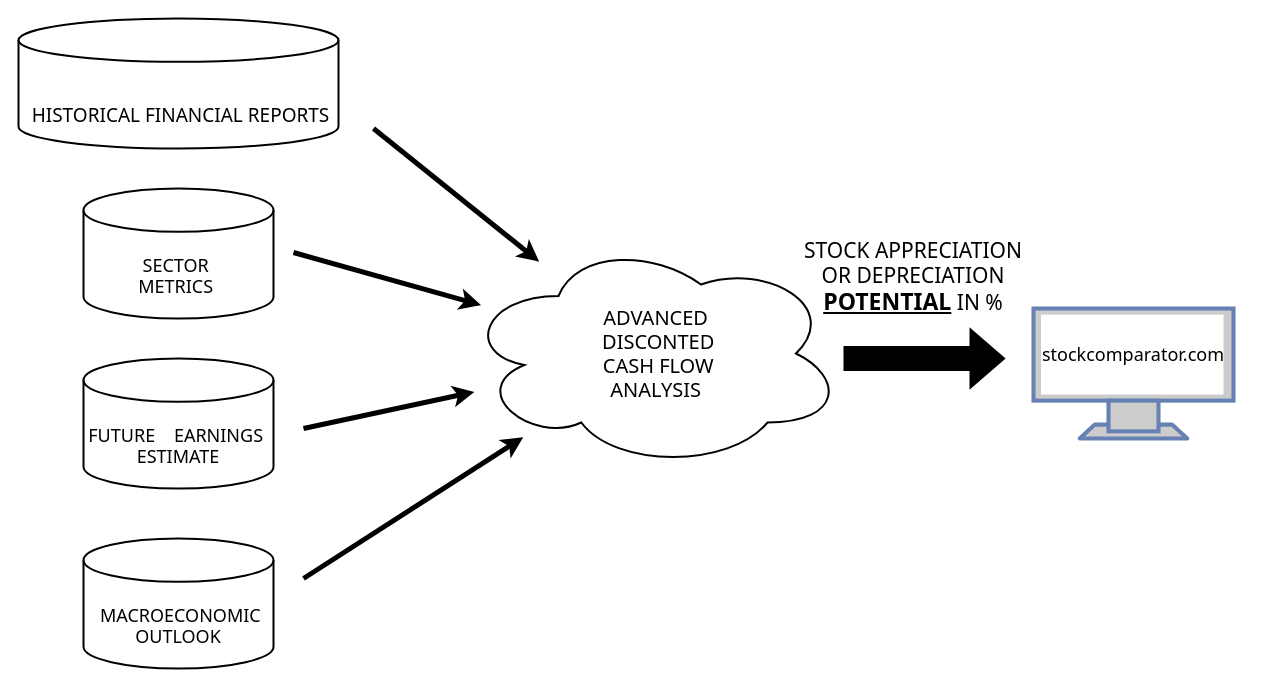
stockfundamentalanalysis/stock-comparator-front-end keeps this draw.io diagram as src/images/working_principle.drawio. Above is the earlier version. Source tidied: cells renumbered, new cells numbered last; positions are measured from the earlier drawing's top-left corner, leaving out a move shared by most shapes. Both pictures are drawn from the tidied source at 100%, with x=0, y=0 at pixel (18, 18).
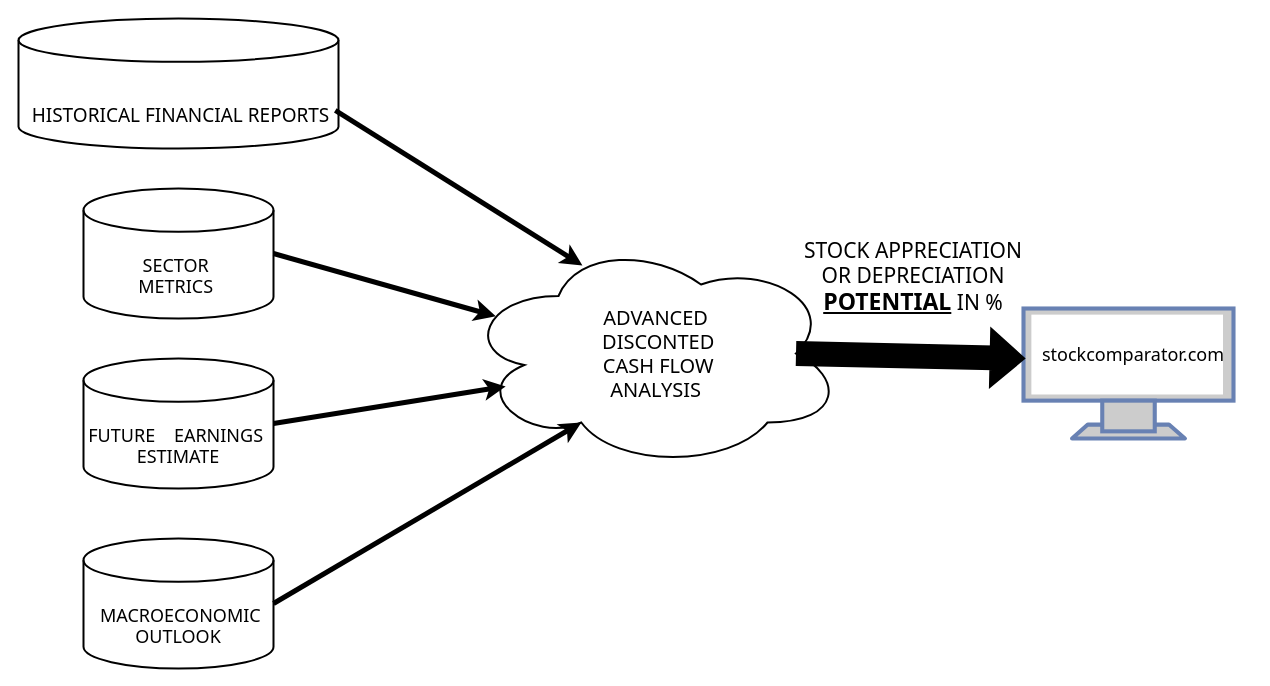
The same diagram, later.

Diff of the diagram source:
```diff
@@
 <mxGraphModel>
   <root>
     <mxCell id="0" />
     <mxCell id="1" parent="0" />
     <mxCell id="2" value="&lt;p style=&quot;font-size: 19px;&quot;&gt;&lt;font style=&quot;font-size: 19px;&quot;&gt;&amp;nbsp;HISTORICAL FINANCIAL &lt;/font&gt;&lt;span style=&quot;background-color: initial;&quot;&gt;REPORTS&lt;/span&gt;&lt;/p&gt;" style="strokeWidth=2;html=1;shape=mxgraph.flowchart.database;whiteSpace=wrap;verticalAlign=bottom;fontFamily=Tahoma;" parent="1" vertex="1">
       <mxGeometry width="320" height="130" as="geometry" />
     </mxCell>
     <mxCell id="3" value="&lt;p style=&quot;font-size: 18px;&quot;&gt;&lt;font style=&quot;font-size: 18px;&quot;&gt;&lt;br&gt;&lt;/font&gt;&lt;/p&gt;&lt;p style=&quot;font-size: 18px;&quot;&gt;&lt;font style=&quot;font-size: 18px;&quot;&gt;FUTURE&amp;nbsp; &amp;nbsp;&amp;nbsp;&lt;/font&gt;&lt;span style=&quot;background-color: initial;&quot;&gt;EARNINGS&amp;nbsp; ESTIMATE&lt;/span&gt;&lt;/p&gt;" style="strokeWidth=2;html=1;shape=mxgraph.flowchart.database;whiteSpace=wrap;verticalAlign=bottom;fontFamily=Tahoma;fontSize=18;" parent="1" vertex="1">
       <mxGeometry x="65" y="340" width="190" height="130" as="geometry" />
     </mxCell>
     <mxCell id="4" value="&lt;p style=&quot;font-size: 18px;&quot;&gt;&amp;nbsp;MACROECONOMIC OUTLOOK&lt;/p&gt;" style="strokeWidth=2;html=1;shape=mxgraph.flowchart.database;whiteSpace=wrap;verticalAlign=bottom;fontFamily=Tahoma;fontSize=18;" parent="1" vertex="1">
       <mxGeometry x="65" y="520" width="190" height="130" as="geometry" />
     </mxCell>
     <mxCell id="5" value="&lt;p style=&quot;font-size: 18px;&quot;&gt;&amp;nbsp; &amp;nbsp; SECTOR&amp;nbsp; &amp;nbsp; &amp;nbsp; METRICS&amp;nbsp;&lt;/p&gt;" style="strokeWidth=2;html=1;shape=mxgraph.flowchart.database;whiteSpace=wrap;verticalAlign=bottom;fontFamily=Tahoma;fontSize=18;" parent="1" vertex="1">
       <mxGeometry x="65" y="170" width="190" height="130" as="geometry" />
     </mxCell>
     <mxCell id="6" value="&lt;font style=&quot;font-size: 20px;&quot;&gt;&amp;nbsp;ADVANCED &lt;br&gt;&amp;nbsp; DISCONTED&lt;br&gt;&amp;nbsp; &amp;nbsp; &amp;nbsp; &amp;nbsp; &amp;nbsp; &amp;nbsp; &amp;nbsp; &amp;nbsp; &amp;nbsp; &amp;nbsp;CASH FLOW&amp;nbsp; &amp;nbsp; &amp;nbsp; &amp;nbsp; &amp;nbsp; &amp;nbsp; &amp;nbsp; &amp;nbsp; &amp;nbsp; &amp;nbsp;ANALYSIS&lt;/font&gt;" style="ellipse;shape=cloud;whiteSpace=wrap;html=1;fontSize=18;fontFamily=Tahoma;verticalAlign=middle;strokeWidth=2;" parent="1" vertex="1">
       <mxGeometry x="445" y="220" width="380" height="230" as="geometry" />
     </mxCell>
-    <mxCell id="7" style="endArrow=classic;html=1;rounded=0;strokeWidth=5;fontFamily=Tahoma;" parent="1" edge="1" target="6">
-      <mxGeometry relative="1" as="geometry">
-        <mxPoint x="285" y="560" as="sourcePoint" />
-      </mxGeometry>
+    <mxCell id="7" style="endArrow=classic;html=1;rounded=0;strokeWidth=5;fontFamily=Tahoma;exitX=1;exitY=0.5;exitDx=0;exitDy=0;exitPerimeter=0;entryX=0.31;entryY=0.8;entryDx=0;entryDy=0;entryPerimeter=0;" parent="1" edge="1" source="4" target="6">
+      <mxGeometry relative="1" as="geometry" />
     </mxCell>
-    <mxCell id="8" style="endArrow=classic;html=1;rounded=0;strokeWidth=5;fontFamily=Tahoma;" parent="1" edge="1" target="6">
-      <mxGeometry relative="1" as="geometry">
-        <mxPoint x="285" y="410" as="sourcePoint" />
-      </mxGeometry>
+    <mxCell id="8" style="endArrow=classic;html=1;rounded=0;strokeWidth=5;fontFamily=Tahoma;entryX=0.111;entryY=0.643;entryDx=0;entryDy=0;entryPerimeter=0;exitX=1;exitY=0.5;exitDx=0;exitDy=0;exitPerimeter=0;" parent="1" edge="1" source="3" target="6">
+      <mxGeometry relative="1" as="geometry" />
     </mxCell>
-    <mxCell id="9" style="endArrow=classic;html=1;rounded=0;strokeWidth=5;fontFamily=Tahoma;" parent="1" edge="1" target="6">
-      <mxGeometry relative="1" as="geometry">
-        <mxPoint x="355" y="110" as="sourcePoint" />
-      </mxGeometry>
+    <mxCell id="9" style="endArrow=classic;html=1;rounded=0;strokeWidth=5;fontFamily=Tahoma;entryX=0.313;entryY=0.117;entryDx=0;entryDy=0;entryPerimeter=0;exitX=0.99;exitY=0.707;exitDx=0;exitDy=0;exitPerimeter=0;" parent="1" edge="1" source="2" target="6">
+      <mxGeometry relative="1" as="geometry" />
     </mxCell>
-    <mxCell id="10" style="endArrow=classic;html=1;rounded=0;strokeWidth=5;fontFamily=Tahoma;" parent="1" edge="1" target="6">
-      <mxGeometry relative="1" as="geometry">
-        <mxPoint x="275" y="234" as="sourcePoint" />
-      </mxGeometry>
+    <mxCell id="10" style="endArrow=classic;html=1;rounded=0;strokeWidth=5;fontFamily=Tahoma;exitX=1;exitY=0.5;exitDx=0;exitDy=0;exitPerimeter=0;entryX=0.085;entryY=0.338;entryDx=0;entryDy=0;entryPerimeter=0;" parent="1" edge="1" source="5" target="6">
+      <mxGeometry relative="1" as="geometry" />
     </mxCell>
     <mxCell id="11" style="fontColor=#0066CC;verticalAlign=top;verticalLabelPosition=bottom;labelPosition=center;align=center;html=1;fillColor=#CCCCCC;strokeColor=#6881B3;gradientColor=none;gradientDirection=north;strokeWidth=2;shape=mxgraph.networks.monitor;fontFamily=Tahoma;" parent="1" vertex="1">
-      <mxGeometry x="1015" y="290" width="200" height="130" as="geometry" />
+      <mxGeometry x="1005" y="290" width="210" height="130" as="geometry" />
     </mxCell>
-    <mxCell id="12" style="shape=flexArrow;endArrow=classic;html=1;rounded=0;strokeWidth=8;fillColor=#000000;fontFamily=Tahoma;" parent="1" edge="1">
-      <mxGeometry relative="1" as="geometry">
-        <mxPoint x="825" y="340" as="sourcePoint" />
-        <mxPoint x="985" y="340" as="targetPoint" />
-      </mxGeometry>
+    <mxCell id="12" style="shape=flexArrow;endArrow=classic;html=1;rounded=0;strokeWidth=8;fillColor=#000000;fontFamily=Tahoma;exitX=0.875;exitY=0.5;exitDx=0;exitDy=0;exitPerimeter=0;entryX=0.042;entryY=0.917;entryDx=0;entryDy=0;entryPerimeter=0;" parent="1" edge="1" source="6" target="14">
+      <mxGeometry relative="1" as="geometry" />
     </mxCell>
     <mxCell id="13" value="&lt;font style=&quot;&quot;&gt;&lt;span style=&quot;font-size: 21px;&quot;&gt;STOCK APPRECIATION OR DEPRECIATION &lt;/span&gt;&lt;b style=&quot;&quot;&gt;&lt;font style=&quot;font-size: 23px;&quot;&gt;&lt;u&gt;POTENTIAL&lt;/u&gt;&lt;/font&gt;&lt;/b&gt;&lt;span style=&quot;font-size: 21px;&quot;&gt; IN %&lt;/span&gt;&lt;/font&gt;" style="text;html=1;strokeColor=none;fillColor=none;align=center;verticalAlign=bottom;whiteSpace=wrap;rounded=0;strokeWidth=2;fontFamily=Tahoma;fontSize=18;" parent="1" vertex="1">
       <mxGeometry x="775" y="180" width="240" height="120" as="geometry" />
     </mxCell>
     <mxCell id="14" value="stockcomparator.com" style="text;html=1;strokeColor=none;fillColor=none;align=center;verticalAlign=bottom;whiteSpace=wrap;rounded=0;strokeWidth=2;fontFamily=Tahoma;fontSize=18;" parent="1" vertex="1">
       <mxGeometry x="995" y="230" width="240" height="120" as="geometry" />
     </mxCell>
   </root>
 </mxGraphModel>
```
